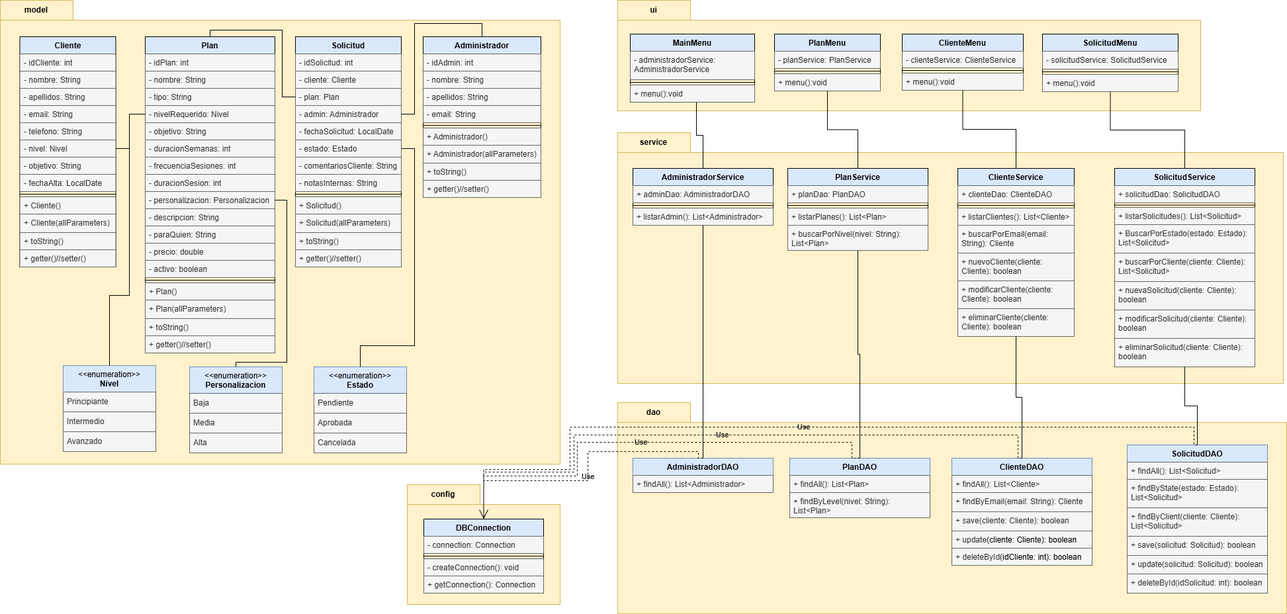
Jbergo/nextrep-training keeps this draw.io diagram as diagrams/uml.png. Above is the earlier version. Source tidied: cells renumbered, new cells last; positions are measured from the earlier drawing's top-left corner, leaving out a move shared by most shapes.
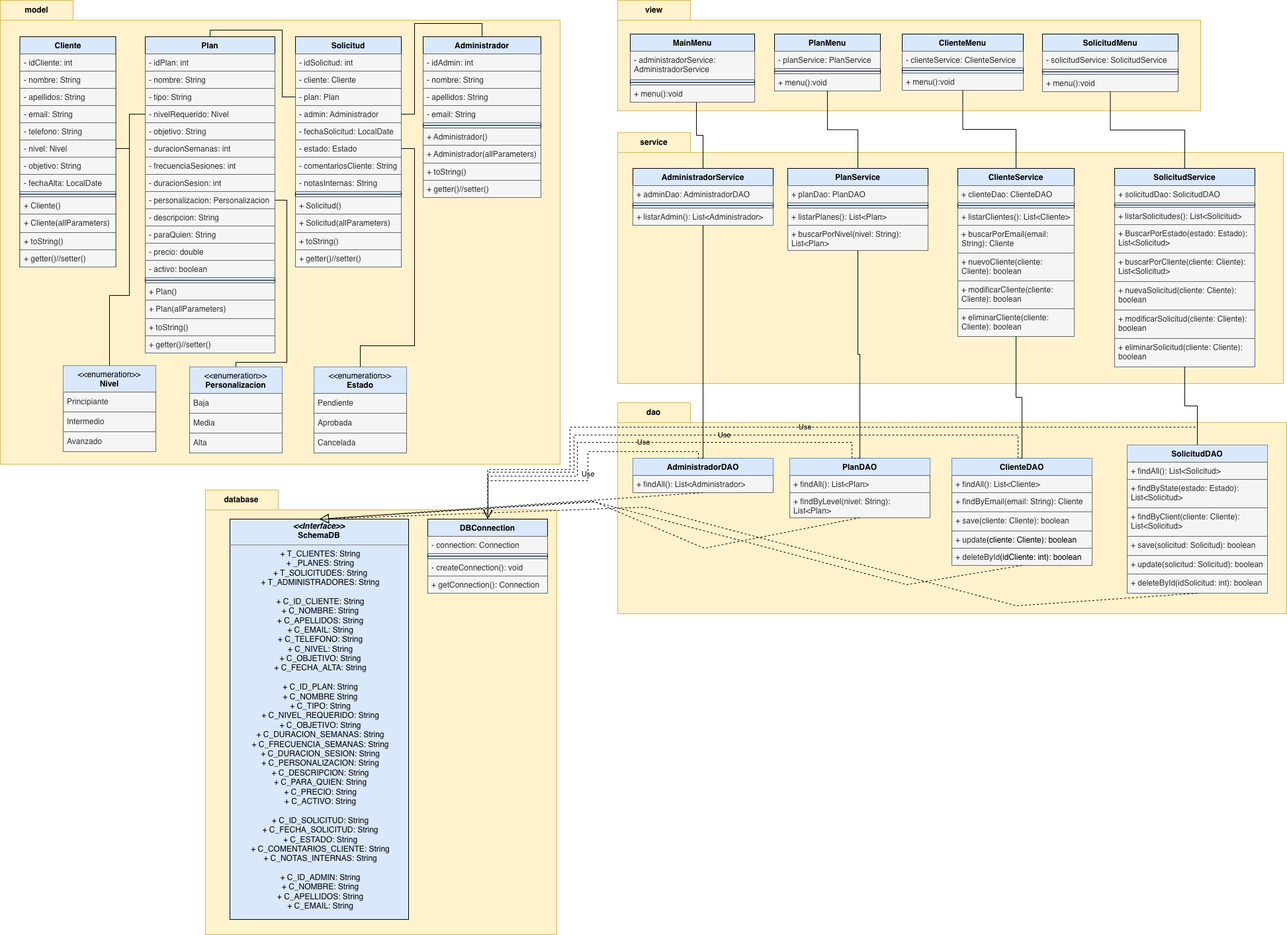
After the change.

Commit message:
docs: actualización UML

Change to the diagram source:
```diff
@@ -4,7 +4,7 @@
     <mxCell id="1" parent="0" />
-    <mxCell id="2" value="config" style="shape=folder;fontStyle=1;tabWidth=110;tabHeight=30;tabPosition=left;html=1;boundedLbl=1;labelInHeader=1;whiteSpace=wrap;fillColor=#fff2cc;strokeColor=#d6b656;" parent="1" vertex="1">
-      <mxGeometry x="615" y="732" width="231" height="181" as="geometry" />
+    <mxCell id="2" value="database" style="shape=folder;fontStyle=1;tabWidth=110;tabHeight=30;tabPosition=left;html=1;boundedLbl=1;labelInHeader=1;whiteSpace=wrap;fillColor=#fff2cc;strokeColor=#d6b656;" parent="1" vertex="1">
+      <mxGeometry x="310" y="740" width="531" height="672" as="geometry" />
     </mxCell>
-    <mxCell id="3" value="DBConnection" style="swimlane;fontStyle=1;align=center;verticalAlign=top;horizontal=1;startSize=26;whiteSpace=wrap;html=1;fillColor=#dae8fc;strokeColor=default;swimlaneFillColor=none;" parent="2" vertex="1">
-      <mxGeometry x="25" y="52" width="181" height="112" as="geometry" />
+    <mxCell id="3" value="DBConnection" style="swimlane;fontStyle=1;align=center;verticalAlign=top;horizontal=1;startSize=26;whiteSpace=wrap;html=1;fillColor=#dae8fc;strokeColor=default;swimlaneFillColor=#DAE8FC;" parent="2" vertex="1">
+      <mxGeometry x="336" y="44" width="181" height="112" as="geometry" />
     </mxCell>
@@ -22,2 +22,5 @@
     </mxCell>
+    <mxCell id="159" value="&lt;p style=&quot;margin:0px;margin-top:4px;text-align:center;&quot;&gt;&lt;i&gt;&amp;lt;&amp;lt;Interface&amp;gt;&amp;gt;&lt;/i&gt;&lt;br&gt;&lt;b&gt;SchemaDB&lt;/b&gt;&lt;/p&gt;&lt;hr size=&quot;1&quot; style=&quot;border-style:solid;&quot;&gt;&lt;p style=&quot;margin:0px;margin-left:4px;&quot;&gt;&lt;span style=&quot;font-weight: normal;&quot;&gt;+ T_CLIENTES: String&lt;/span&gt;&lt;/p&gt;&lt;p style=&quot;margin:0px;margin-left:4px;&quot;&gt;&lt;span style=&quot;font-weight: normal;&quot;&gt;+ _PLANES&lt;/span&gt;&lt;span style=&quot;font-weight: 400; background-color: transparent; color: light-dark(rgb(0, 0, 0), rgb(255, 255, 255));&quot;&gt;: String&lt;/span&gt;&lt;/p&gt;&lt;p style=&quot;margin:0px;margin-left:4px;&quot;&gt;&lt;span style=&quot;font-weight: 400; background-color: transparent; color: light-dark(rgb(0, 0, 0), rgb(255, 255, 255));&quot;&gt;+ T_SOLICITUDES&lt;/span&gt;&lt;span style=&quot;font-weight: 400; background-color: transparent; color: light-dark(rgb(0, 0, 0), rgb(255, 255, 255));&quot;&gt;: String&lt;/span&gt;&lt;/p&gt;&lt;p style=&quot;margin:0px;margin-left:4px;&quot;&gt;&lt;span style=&quot;font-weight: 400; background-color: transparent; color: light-dark(rgb(0, 0, 0), rgb(255, 255, 255));&quot;&gt;+ T_ADMINISTRADORES:&lt;/span&gt;&lt;span style=&quot;font-weight: 400; background-color: transparent; color: light-dark(rgb(0, 0, 0), rgb(255, 255, 255));&quot;&gt;&amp;nbsp;String&lt;/span&gt;&lt;/p&gt;&lt;p style=&quot;margin:0px;margin-left:4px;&quot;&gt;&lt;br&gt;&lt;/p&gt;&lt;p style=&quot;margin:0px;margin-left:4px;&quot;&gt;&lt;span style=&quot;font-weight: 400;&quot;&gt;+ C_ID_CLIENTE&lt;/span&gt;&lt;span style=&quot;font-weight: 400; background-color: transparent; color: light-dark(rgb(0, 0, 0), rgb(255, 255, 255));&quot;&gt;: String&lt;/span&gt;&lt;/p&gt;&lt;p style=&quot;margin:0px;margin-left:4px;&quot;&gt;&lt;span style=&quot;font-weight: 400; background-color: transparent; color: light-dark(rgb(0, 0, 0), rgb(255, 255, 255));&quot;&gt;+ C_NOMBRE&lt;/span&gt;&lt;span style=&quot;font-weight: 400; background-color: transparent; color: light-dark(rgb(0, 0, 0), rgb(255, 255, 255));&quot;&gt;: String&lt;/span&gt;&lt;/p&gt;&lt;p style=&quot;margin:0px;margin-left:4px;&quot;&gt;&lt;span style=&quot;font-weight: 400; background-color: transparent; color: light-dark(rgb(0, 0, 0), rgb(255, 255, 255));&quot;&gt;+ C_APELLIDOS: String&lt;/span&gt;&lt;/p&gt;&lt;p style=&quot;margin:0px;margin-left:4px;&quot;&gt;&lt;span style=&quot;font-weight: 400; background-color: transparent; color: light-dark(rgb(0, 0, 0), rgb(255, 255, 255));&quot;&gt;+ C_EMAIL: String&lt;/span&gt;&lt;/p&gt;&lt;p style=&quot;margin:0px;margin-left:4px;&quot;&gt;&lt;span style=&quot;font-weight: 400; background-color: transparent; color: light-dark(rgb(0, 0, 0), rgb(255, 255, 255));&quot;&gt;+ C_TELEFONO: String&lt;/span&gt;&lt;/p&gt;&lt;p style=&quot;margin:0px;margin-left:4px;&quot;&gt;&lt;span style=&quot;font-weight: 400;&quot;&gt;+ C_NIVEL: String&lt;/span&gt;&lt;/p&gt;&lt;p style=&quot;margin:0px;margin-left:4px;&quot;&gt;&lt;span style=&quot;font-weight: 400;&quot;&gt;+ C_OBJETIVO: String&lt;/span&gt;&lt;/p&gt;&lt;p style=&quot;margin:0px;margin-left:4px;&quot;&gt;&lt;span style=&quot;font-weight: 400;&quot;&gt;+ C_FECHA_ALTA: String&lt;/span&gt;&lt;/p&gt;&lt;p style=&quot;margin:0px;margin-left:4px;&quot;&gt;&lt;span style=&quot;font-weight: 400;&quot;&gt;&lt;br&gt;&lt;/span&gt;&lt;/p&gt;&lt;p style=&quot;margin:0px;margin-left:4px;&quot;&gt;&lt;span style=&quot;font-weight: 400;&quot;&gt;+ C_ID_PLAN: String&lt;/span&gt;&lt;span style=&quot;font-weight: 400;&quot;&gt;&lt;/span&gt;&lt;/p&gt;&lt;p style=&quot;margin:0px;margin-left:4px;&quot;&gt;&lt;span style=&quot;font-weight: 400;&quot;&gt;+ C_NOMBRE String&lt;/span&gt;&lt;span style=&quot;font-weight: 400;&quot;&gt;&lt;/span&gt;&lt;/p&gt;&lt;p style=&quot;margin:0px;margin-left:4px;&quot;&gt;&lt;span style=&quot;font-weight: 400;&quot;&gt;+ C_TIPO: String&lt;/span&gt;&lt;/p&gt;&lt;p style=&quot;margin:0px;margin-left:4px;&quot;&gt;&lt;span style=&quot;font-weight: 400;&quot;&gt;+ C_NIVEL_REQUERIDO: String&lt;/span&gt;&lt;/p&gt;&lt;p style=&quot;margin:0px;margin-left:4px;&quot;&gt;&lt;span style=&quot;font-weight: 400;&quot;&gt;+ C_OBJETIVO: String&lt;/span&gt;&lt;/p&gt;&lt;p style=&quot;margin:0px;margin-left:4px;&quot;&gt;&lt;span style=&quot;font-weight: 400;&quot;&gt;+ C_DURACION_SEMANAS: String&lt;/span&gt;&lt;/p&gt;&lt;p style=&quot;margin:0px;margin-left:4px;&quot;&gt;&lt;span style=&quot;font-weight: 400;&quot;&gt;+ C_FRECUENCIA_SEMANAS: String&lt;/span&gt;&lt;/p&gt;&lt;p style=&quot;margin:0px;margin-left:4px;&quot;&gt;&lt;span style=&quot;font-weight: 400;&quot;&gt;+ C_DURACION_SESION: String&lt;/span&gt;&lt;/p&gt;&lt;p style=&quot;margin:0px;margin-left:4px;&quot;&gt;&lt;span style=&quot;font-weight: 400;&quot;&gt;+ C_PERSONALIZACION: String&lt;/span&gt;&lt;/p&gt;&lt;p style=&quot;margin:0px;margin-left:4px;&quot;&gt;&lt;span style=&quot;font-weight: 400;&quot;&gt;+ C_DESCRIPCION: String&lt;/span&gt;&lt;/p&gt;&lt;p style=&quot;margin:0px;margin-left:4px;&quot;&gt;&lt;span style=&quot;font-weight: 400;&quot;&gt;+ C_PARA_QUIEN: String&lt;/span&gt;&lt;/p&gt;&lt;p style=&quot;margin:0px;margin-left:4px;&quot;&gt;&lt;span style=&quot;font-weight: 400;&quot;&gt;+ C_PRECIO: String&lt;/span&gt;&lt;/p&gt;&lt;p style=&quot;margin:0px;margin-left:4px;&quot;&gt;&lt;span style=&quot;font-weight: 400;&quot;&gt;+ C_ACTIVO: String&lt;/span&gt;&lt;/p&gt;&lt;p style=&quot;margin:0px;margin-left:4px;&quot;&gt;&lt;span style=&quot;font-weight: 400;&quot;&gt;&lt;br&gt;&lt;/span&gt;&lt;/p&gt;&lt;p style=&quot;margin:0px;margin-left:4px;&quot;&gt;&lt;span style=&quot;font-weight: 400;&quot;&gt;+ C_ID_SOLICITUD: String&lt;/span&gt;&lt;/p&gt;&lt;p style=&quot;margin:0px;margin-left:4px;&quot;&gt;&lt;span style=&quot;font-weight: 400;&quot;&gt;+ C_FECHA_SOLICITUD: String&lt;/span&gt;&lt;/p&gt;&lt;p style=&quot;margin:0px;margin-left:4px;&quot;&gt;&lt;span style=&quot;font-weight: 400;&quot;&gt;+ C_ESTADO: String&lt;/span&gt;&lt;/p&gt;&lt;p style=&quot;margin:0px;margin-left:4px;&quot;&gt;&lt;span style=&quot;font-weight: 400;&quot;&gt;+ C_COMENTARIOS_CLIENTE: String&lt;/span&gt;&lt;/p&gt;&lt;p style=&quot;margin:0px;margin-left:4px;&quot;&gt;&lt;span style=&quot;font-weight: 400;&quot;&gt;+ C_NOTAS_INTERNAS: String&lt;/span&gt;&lt;/p&gt;&lt;p style=&quot;margin:0px;margin-left:4px;&quot;&gt;&lt;span style=&quot;font-weight: 400;&quot;&gt;&lt;br&gt;&lt;/span&gt;&lt;/p&gt;&lt;p style=&quot;margin:0px;margin-left:4px;&quot;&gt;&lt;span style=&quot;font-weight: 400;&quot;&gt;+ C_ID_ADMIN: String&lt;/span&gt;&lt;/p&gt;&lt;p style=&quot;margin:0px;margin-left:4px;&quot;&gt;&lt;span style=&quot;font-weight: 400;&quot;&gt;+ C_NOMBRE: String&lt;/span&gt;&lt;/p&gt;&lt;p style=&quot;margin:0px;margin-left:4px;&quot;&gt;&lt;span style=&quot;font-weight: 400;&quot;&gt;+ C_APELLIDOS: String&lt;/span&gt;&lt;/p&gt;&lt;p style=&quot;margin:0px;margin-left:4px;&quot;&gt;&lt;span style=&quot;font-weight: 400;&quot;&gt;+ C_EMAIL: String&lt;/span&gt;&lt;/p&gt;" style="verticalAlign=top;align=center;overflow=fill;html=1;whiteSpace=wrap;fillStyle=auto;strokeColor=#000000;swimlaneFillColor=#DAE8FC;fontFamily=Helvetica;fontSize=12;fontColor=default;fontStyle=1;horizontal=1;fillColor=#DAE8FC;" parent="2" vertex="1">
+      <mxGeometry x="37" y="44" width="270" height="605" as="geometry" />
+    </mxCell>
     <mxCell id="8" value="model" style="shape=folder;fontStyle=1;tabWidth=110;tabHeight=30;tabPosition=left;html=1;boundedLbl=1;labelInHeader=1;whiteSpace=wrap;fillColor=#fff2cc;strokeColor=#d6b656;" parent="1" vertex="1">
@@ -49,3 +52,3 @@
     </mxCell>
-    <mxCell id="17" value="Cliente" style="swimlane;fontStyle=1;align=center;verticalAlign=top;horizontal=1;startSize=26;whiteSpace=wrap;html=1;fillColor=#dae8fc;strokeColor=#000000;" parent="8" vertex="1">
+    <mxCell id="17" value="Cliente" style="swimlane;fontStyle=1;align=center;verticalAlign=top;horizontal=1;startSize=26;whiteSpace=wrap;html=1;fillColor=#dae8fc;strokeColor=#000000;swimlaneFillColor=#DAE8FC;" parent="8" vertex="1">
       <mxGeometry x="29.5" y="55" width="145" height="348" as="geometry" />
@@ -91,3 +94,3 @@
     </mxCell>
-    <mxCell id="31" value="Plan" style="swimlane;fontStyle=1;align=center;verticalAlign=top;horizontal=1;startSize=26;whiteSpace=wrap;html=1;fillColor=#dae8fc;strokeColor=#000000;" parent="8" vertex="1">
+    <mxCell id="31" value="Plan" style="swimlane;fontStyle=1;align=center;verticalAlign=top;horizontal=1;startSize=26;whiteSpace=wrap;html=1;fillColor=#dae8fc;strokeColor=#000000;swimlaneFillColor=#DAE8FC;" parent="8" vertex="1">
       <mxGeometry x="219" y="55" width="196" height="478" as="geometry" />
@@ -160,3 +163,3 @@
     </mxCell>
-    <mxCell id="54" value="Solicitud" style="swimlane;fontStyle=1;align=center;verticalAlign=top;horizontal=1;startSize=26;whiteSpace=wrap;html=1;fillColor=#dae8fc;strokeColor=#000000;" parent="8" vertex="1">
+    <mxCell id="54" value="Solicitud" style="swimlane;fontStyle=1;align=center;verticalAlign=top;horizontal=1;startSize=26;whiteSpace=wrap;html=1;fillColor=#dae8fc;strokeColor=#000000;swimlaneFillColor=#DAE8FC;" parent="8" vertex="1">
       <mxGeometry x="446" y="55" width="160" height="348" as="geometry" />
@@ -202,3 +205,3 @@
     </mxCell>
-    <mxCell id="68" value="Administrador" style="swimlane;fontStyle=1;align=center;verticalAlign=top;horizontal=1;startSize=26;whiteSpace=wrap;html=1;fillColor=#dae8fc;strokeColor=#000000;" parent="8" vertex="1">
+    <mxCell id="68" value="Administrador" style="swimlane;fontStyle=1;align=center;verticalAlign=top;horizontal=1;startSize=26;whiteSpace=wrap;html=1;fillColor=#dae8fc;strokeColor=#000000;swimlaneFillColor=#DAE8FC;" parent="8" vertex="1">
       <mxGeometry x="639" y="55" width="178" height="243" as="geometry" />
@@ -340,3 +343,3 @@
     </mxCell>
-    <mxCell id="104" value="ClienteService" style="swimlane;fontStyle=1;align=center;verticalAlign=top;horizontal=1;startSize=26;whiteSpace=wrap;html=1;fillColor=#dae8fc;strokeColor=#000000;" parent="103" vertex="1">
+    <mxCell id="104" value="ClienteService" style="swimlane;fontStyle=1;align=center;verticalAlign=top;horizontal=1;startSize=26;whiteSpace=wrap;html=1;fillColor=#dae8fc;strokeColor=#000000;swimlaneFillColor=#DAE8FC;" parent="103" vertex="1">
       <mxGeometry x="514" y="54" width="176" height="254" as="geometry" />
@@ -364,3 +367,3 @@
     </mxCell>
-    <mxCell id="112" value="PlanService" style="swimlane;fontStyle=1;align=center;verticalAlign=top;horizontal=1;startSize=26;whiteSpace=wrap;html=1;fillColor=#dae8fc;strokeColor=#000000;" parent="103" vertex="1">
+    <mxCell id="112" value="PlanService" style="swimlane;fontStyle=1;align=center;verticalAlign=top;horizontal=1;startSize=26;whiteSpace=wrap;html=1;fillColor=#dae8fc;strokeColor=#000000;swimlaneFillColor=#DAE8FC;" parent="103" vertex="1">
       <mxGeometry x="257" y="54" width="212" height="124" as="geometry" />
@@ -379,3 +382,3 @@
     </mxCell>
-    <mxCell id="117" value="AdministradorService" style="swimlane;fontStyle=1;align=center;verticalAlign=top;horizontal=1;startSize=26;whiteSpace=wrap;html=1;fillColor=#dae8fc;strokeColor=#000000;" parent="103" vertex="1">
+    <mxCell id="117" value="AdministradorService" style="swimlane;fontStyle=1;align=center;verticalAlign=top;horizontal=1;startSize=26;whiteSpace=wrap;html=1;fillColor=#dae8fc;strokeColor=#000000;swimlaneFillColor=#DAE8FC;" parent="103" vertex="1">
       <mxGeometry x="23" y="54" width="212" height="86" as="geometry" />
@@ -391,3 +394,3 @@
     </mxCell>
-    <mxCell id="121" value="SolicitudService" style="swimlane;fontStyle=1;align=center;verticalAlign=top;horizontal=1;startSize=26;whiteSpace=wrap;html=1;fillColor=#dae8fc;strokeColor=#000000;swimlaneFillColor=none;swimlaneLine=1;" parent="103" vertex="1">
+    <mxCell id="121" value="SolicitudService" style="swimlane;fontStyle=1;align=center;verticalAlign=top;horizontal=1;startSize=26;whiteSpace=wrap;html=1;fillColor=#dae8fc;strokeColor=#000000;swimlaneFillColor=#DAE8FC;swimlaneLine=1;" parent="103" vertex="1">
       <mxGeometry x="751" y="54" width="212" height="300" as="geometry" />
@@ -418,6 +421,6 @@
     </mxCell>
-    <mxCell id="130" value="ui" style="shape=folder;fontStyle=1;tabWidth=110;tabHeight=30;tabPosition=left;html=1;boundedLbl=1;labelInHeader=1;whiteSpace=wrap;fillColor=#fff2cc;strokeColor=#d6b656;" parent="1" vertex="1">
+    <mxCell id="130" value="view" style="shape=folder;fontStyle=1;tabWidth=110;tabHeight=30;tabPosition=left;html=1;boundedLbl=1;labelInHeader=1;whiteSpace=wrap;fillColor=#fff2cc;strokeColor=#d6b656;" parent="1" vertex="1">
       <mxGeometry x="933" width="881" height="167" as="geometry" />
     </mxCell>
-    <mxCell id="131" value="MainMenu" style="swimlane;fontStyle=1;align=center;verticalAlign=top;horizontal=1;startSize=26;whiteSpace=wrap;html=1;fillColor=#dae8fc;strokeColor=#000000;" parent="130" vertex="1">
+    <mxCell id="131" value="MainMenu" style="swimlane;fontStyle=1;align=center;verticalAlign=top;horizontal=1;startSize=26;whiteSpace=wrap;html=1;fillColor=#dae8fc;strokeColor=#000000;swimlaneFillColor=#DAE8FC;" parent="130" vertex="1">
       <mxGeometry x="19" y="51" width="188" height="103" as="geometry" />
@@ -433,3 +436,3 @@
     </mxCell>
-    <mxCell id="135" value="PlanMenu" style="swimlane;fontStyle=1;align=center;verticalAlign=top;horizontal=1;startSize=26;whiteSpace=wrap;html=1;fillColor=#dae8fc;strokeColor=#000000;" parent="130" vertex="1">
+    <mxCell id="135" value="PlanMenu" style="swimlane;fontStyle=1;align=center;verticalAlign=top;horizontal=1;startSize=26;whiteSpace=wrap;html=1;fillColor=#dae8fc;strokeColor=#000000;swimlaneFillColor=#DAE8FC;" parent="130" vertex="1">
       <mxGeometry x="237" y="51" width="160" height="86" as="geometry" />
@@ -445,3 +448,3 @@
     </mxCell>
-    <mxCell id="139" value="ClienteMenu" style="swimlane;fontStyle=1;align=center;verticalAlign=top;horizontal=1;startSize=26;whiteSpace=wrap;html=1;fillColor=#dae8fc;strokeColor=#000000;" parent="130" vertex="1">
+    <mxCell id="139" value="ClienteMenu" style="swimlane;fontStyle=1;align=center;verticalAlign=top;horizontal=1;startSize=26;whiteSpace=wrap;html=1;fillColor=#dae8fc;strokeColor=#000000;swimlaneFillColor=#DAE8FC;" parent="130" vertex="1">
       <mxGeometry x="430" y="51" width="183" height="85" as="geometry" />
@@ -457,3 +460,3 @@
     </mxCell>
-    <mxCell id="143" value="SolicitudMenu" style="swimlane;fontStyle=1;align=center;verticalAlign=top;horizontal=1;startSize=26;whiteSpace=wrap;html=1;fillColor=#dae8fc;strokeColor=#000000;" parent="130" vertex="1">
+    <mxCell id="143" value="SolicitudMenu" style="swimlane;fontStyle=1;align=center;verticalAlign=top;horizontal=1;startSize=26;whiteSpace=wrap;html=1;fillColor=#dae8fc;strokeColor=#000000;swimlaneFillColor=#DAE8FC;" parent="130" vertex="1">
       <mxGeometry x="642" y="51" width="205" height="87" as="geometry" />
@@ -515,3 +518,4 @@
           <mxPoint x="867" y="713" />
-          <mxPoint x="731" y="713" />
+          <mxPoint x="737" y="713" />
+          <mxPoint x="737" y="775" />
         </Array>
@@ -526,3 +530,4 @@
           <mxPoint x="872" y="719" />
-          <mxPoint x="731" y="719" />
+          <mxPoint x="737" y="719" />
+          <mxPoint x="737" y="775" />
         </Array>
@@ -537,3 +542,4 @@
           <mxPoint x="888" y="726" />
-          <mxPoint x="731" y="726" />
+          <mxPoint x="737" y="726" />
+          <mxPoint x="737" y="775" />
         </Array>
@@ -541,2 +547,29 @@
     </mxCell>
+    <mxCell id="160" style="endArrow=block;dashed=1;endFill=0;endSize=12;html=1;rounded=0;entryX=0.5;entryY=0;entryDx=0;entryDy=0;exitX=0.5;exitY=1;exitDx=0;exitDy=0;" parent="1" edge="1" source="91" target="159">
+      <mxGeometry relative="1" as="geometry" />
+    </mxCell>
+    <mxCell id="161" style="endArrow=block;dashed=1;endFill=0;endSize=12;html=1;rounded=0;entryX=0.5;entryY=0;entryDx=0;entryDy=0;exitX=0.5;exitY=1;exitDx=0;exitDy=0;" parent="1" edge="1" source="93" target="159">
+      <mxGeometry relative="1" as="geometry">
+        <Array as="points">
+          <mxPoint x="1064" y="828" />
+          <mxPoint x="896" y="757" />
+        </Array>
+      </mxGeometry>
+    </mxCell>
+    <mxCell id="162" style="endArrow=block;dashed=1;endFill=0;endSize=12;html=1;rounded=0;entryX=0.5;entryY=0;entryDx=0;entryDy=0;exitX=0.5;exitY=1;exitDx=0;exitDy=0;" parent="1" edge="1" source="96" target="159">
+      <mxGeometry relative="1" as="geometry">
+        <Array as="points">
+          <mxPoint x="1536" y="915" />
+          <mxPoint x="974" y="766" />
+        </Array>
+      </mxGeometry>
+    </mxCell>
+    <mxCell id="163" style="endArrow=block;dashed=1;endFill=0;endSize=12;html=1;rounded=0;entryX=0.5;entryY=0;entryDx=0;entryDy=0;exitX=0.5;exitY=1;exitDx=0;exitDy=0;" parent="1" edge="1" source="85" target="159">
+      <mxGeometry relative="1" as="geometry">
+        <Array as="points">
+          <mxPoint x="1370" y="883" />
+          <mxPoint x="899" y="758" />
+        </Array>
+      </mxGeometry>
+    </mxCell>
   </root>
```
